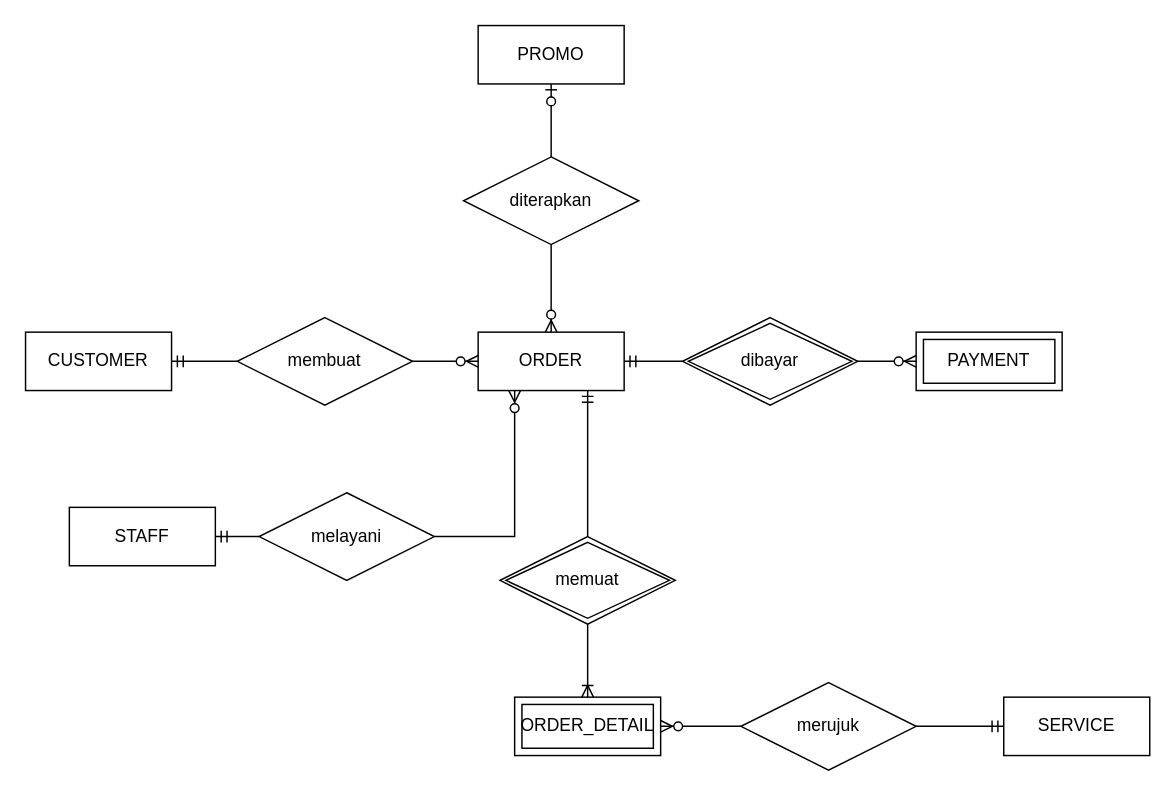
The draw.io diagram docs/erd-konseptual.drawio in restumj/laundry-project, before the edit. Source tidied: cells renumbered, new cells numbered last; positions are measured from the earlier drawing's top-left corner, leaving out a move shared by most shapes. Both pictures are drawn from the tidied source at 146%, with x=0, y=0 at pixel (25, 25).
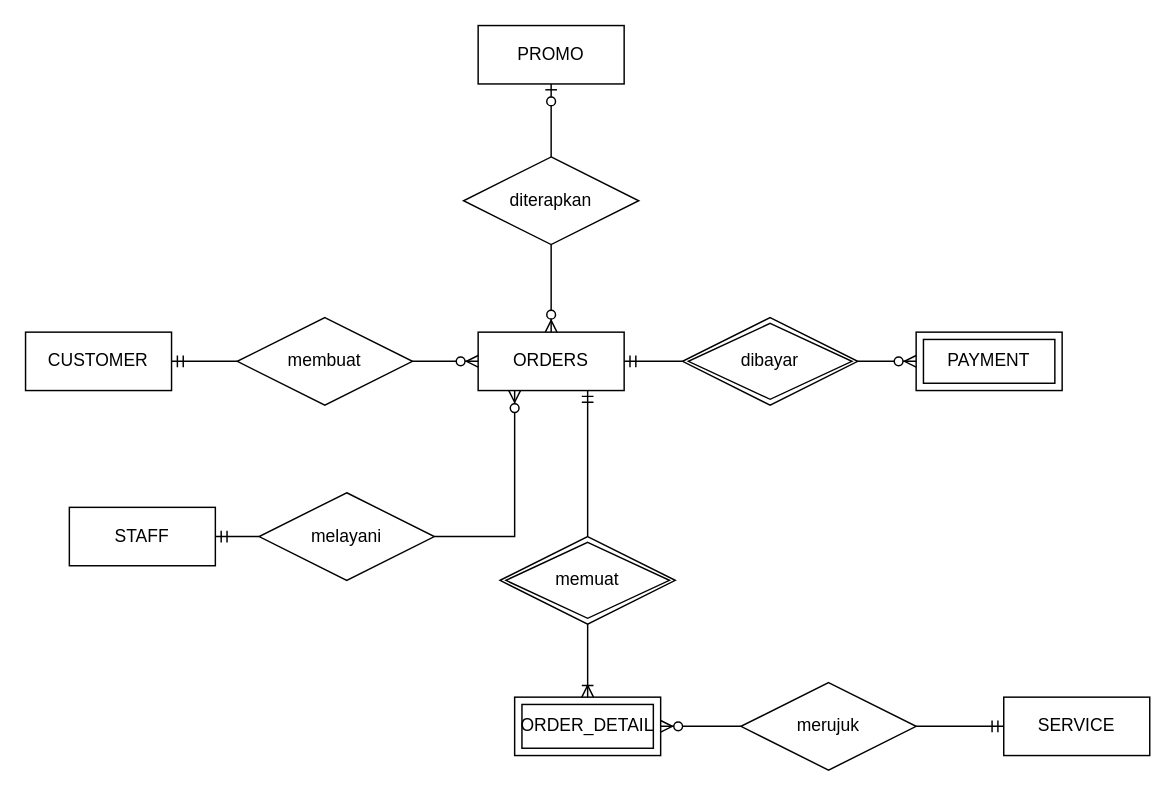
After the change.

What changed in the source:
```diff
@@
-    <mxCell id="3" value="ORDER" style="whiteSpace=wrap;html=1;align=center;" parent="1" vertex="1">
+    <mxCell id="3" value="ORDERS" style="whiteSpace=wrap;html=1;align=center;" parent="1" vertex="1">
       <mxGeometry x="310" y="210" width="100" height="40" as="geometry" />
     </mxCell>
```
